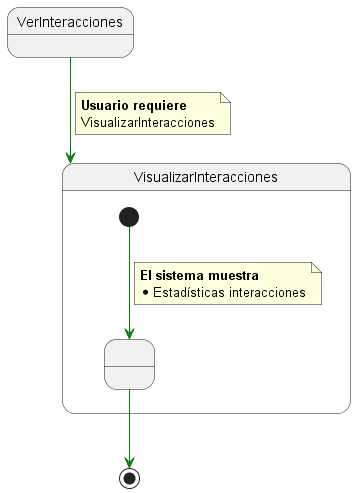
mmasias/IdSw1-22-23 keeps this PlantUML diagram as 000-entregas/Grupo1/DetalleCasosDeUso/images/VerInteracciones.png. Above is the earlier version. Source of this version:
```plantuml
@startuml VerInteracciones

State VerInteracciones


State VisualizarInteracciones{

  State state1 as " "

  [*] -[#green]-> state1

  note on link
    <b>El sistema muestra
    * Estadísticas interacciones
  end note


}

VerInteracciones-[#green]-> VisualizarInteracciones

note on link
 <b>Usuario requiere
 VisualizarInteracciones
end note

state1 -[#green]-> [*]


@enduml
```
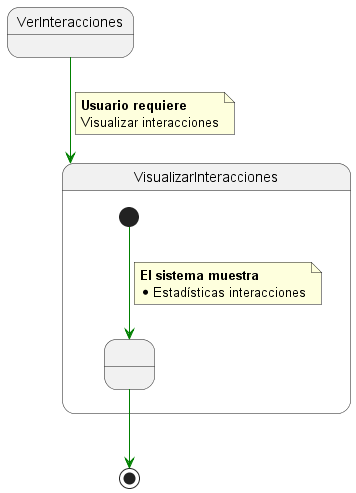
The same diagram one commit later.

Change to the diagram source:
```diff
@@ -21,7 +21,7 @@
 
 note on link
  <b>Usuario requiere
- VisualizarInteracciones
+ Visualizar interacciones
 end note
 
 state1 -[#green]-> [*]
```
